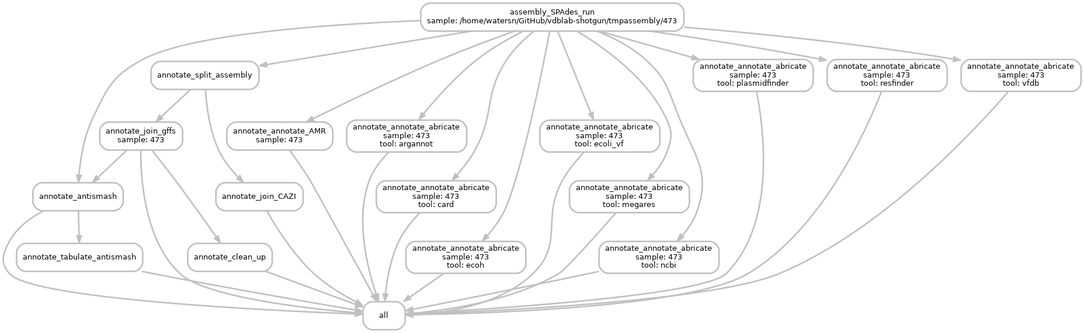
Earlier version of the Graphviz export images/annotate_dag.png (vdblab/vdblab-shotgun). Its source is kept beside it as images/annotate_dag.dot.
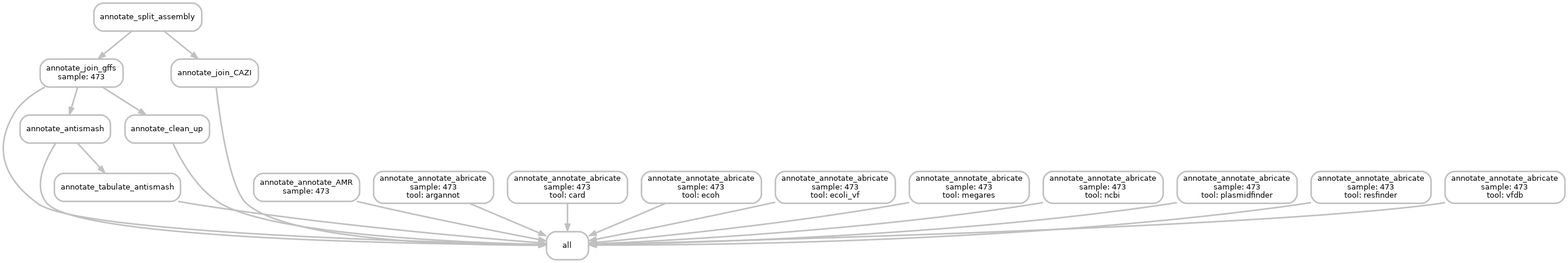
Later version of the same file.

Change to the diagram source:
```diff
@@ -4,23 +4,23 @@
     edge[penwidth=2, color=grey];
 	0[label = "all", color = "grey", style="rounded"];
 	1[label = "annotate_antismash", color = "grey", style="rounded"];
-	2[label = "assembly_SPAdes_run\nsample: /home/watersn/GitHub/vdblab-shotgun/tmpassembly/473", color = "grey", style="rounded"];
-	3[label = "annotate_split_assembly", color = "grey", style="rounded"];
-	4[label = "annotate_tabulate_antismash", color = "grey", style="rounded"];
-	5[label = "annotate_annotate_AMR\nsample: 473", color = "grey", style="rounded"];
-	6[label = "annotate_annotate_abricate\nsample: 473\ntool: argannot", color = "grey", style="rounded"];
-	7[label = "annotate_annotate_abricate\nsample: 473\ntool: card", color = "grey", style="rounded"];
-	8[label = "annotate_annotate_abricate\nsample: 473\ntool: ecoh", color = "grey", style="rounded"];
-	9[label = "annotate_annotate_abricate\nsample: 473\ntool: ecoli_vf", color = "grey", style="rounded"];
-	10[label = "annotate_annotate_abricate\nsample: 473\ntool: megares", color = "grey", style="rounded"];
-	11[label = "annotate_annotate_abricate\nsample: 473\ntool: ncbi", color = "grey", style="rounded"];
-	12[label = "annotate_annotate_abricate\nsample: 473\ntool: plasmidfinder", color = "grey", style="rounded"];
-	13[label = "annotate_annotate_abricate\nsample: 473\ntool: resfinder", color = "grey", style="rounded"];
-	14[label = "annotate_annotate_abricate\nsample: 473\ntool: vfdb", color = "grey", style="rounded"];
-	15[label = "annotate_clean_up", color = "grey", style="rounded"];
-	16[label = "annotate_join_gffs\nsample: 473", color = "grey", style="rounded"];
-	17[label = "annotate_join_CAZI", color = "grey", style="rounded"];
+	2[label = "annotate_split_assembly", color = "grey", style="rounded"];
+	3[label = "annotate_tabulate_antismash", color = "grey", style="rounded"];
+	4[label = "annotate_annotate_AMR\nsample: 473", color = "grey", style="rounded"];
+	5[label = "annotate_annotate_abricate\nsample: 473\ntool: argannot", color = "grey", style="rounded"];
+	6[label = "annotate_annotate_abricate\nsample: 473\ntool: card", color = "grey", style="rounded"];
+	7[label = "annotate_annotate_abricate\nsample: 473\ntool: ecoh", color = "grey", style="rounded"];
+	8[label = "annotate_annotate_abricate\nsample: 473\ntool: ecoli_vf", color = "grey", style="rounded"];
+	9[label = "annotate_annotate_abricate\nsample: 473\ntool: megares", color = "grey", style="rounded"];
+	10[label = "annotate_annotate_abricate\nsample: 473\ntool: ncbi", color = "grey", style="rounded"];
+	11[label = "annotate_annotate_abricate\nsample: 473\ntool: plasmidfinder", color = "grey", style="rounded"];
+	12[label = "annotate_annotate_abricate\nsample: 473\ntool: resfinder", color = "grey", style="rounded"];
+	13[label = "annotate_annotate_abricate\nsample: 473\ntool: vfdb", color = "grey", style="rounded"];
+	14[label = "annotate_clean_up", color = "grey", style="rounded"];
+	15[label = "annotate_join_gffs\nsample: 473", color = "grey", style="rounded"];
+	16[label = "annotate_join_CAZI", color = "grey", style="rounded"];
 	1 -> 0
+	3 -> 0
 	4 -> 0
 	5 -> 0
 	6 -> 0
@@ -34,22 +34,9 @@
 	14 -> 0
 	15 -> 0
 	16 -> 0
-	17 -> 0
-	2 -> 1
-	16 -> 1
-	2 -> 3
-	1 -> 4
-	2 -> 5
-	2 -> 6
-	2 -> 7
-	2 -> 8
-	2 -> 9
-	2 -> 10
-	2 -> 11
-	2 -> 12
-	2 -> 13
-	2 -> 14
-	16 -> 15
-	3 -> 16
-	3 -> 17
+	15 -> 1
+	1 -> 3
+	15 -> 14
+	2 -> 15
+	2 -> 16
 }
```
